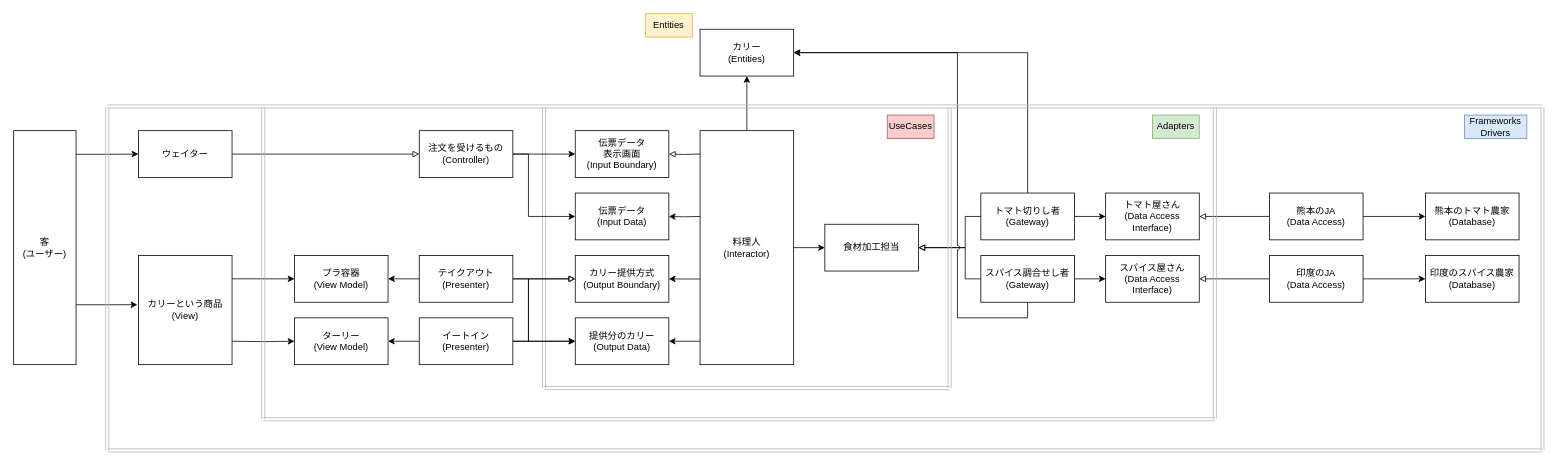
Above: curryarchi.drawio in hasegit/documents (draw.io), before the change. Source tidied: cells renumbered, new cells numbered last; positions are measured from the earlier drawing's top-left corner, leaving out a move shared by most shapes. Both pictures are drawn from the tidied source at 78%, with x=0, y=0 at pixel (13, 13).
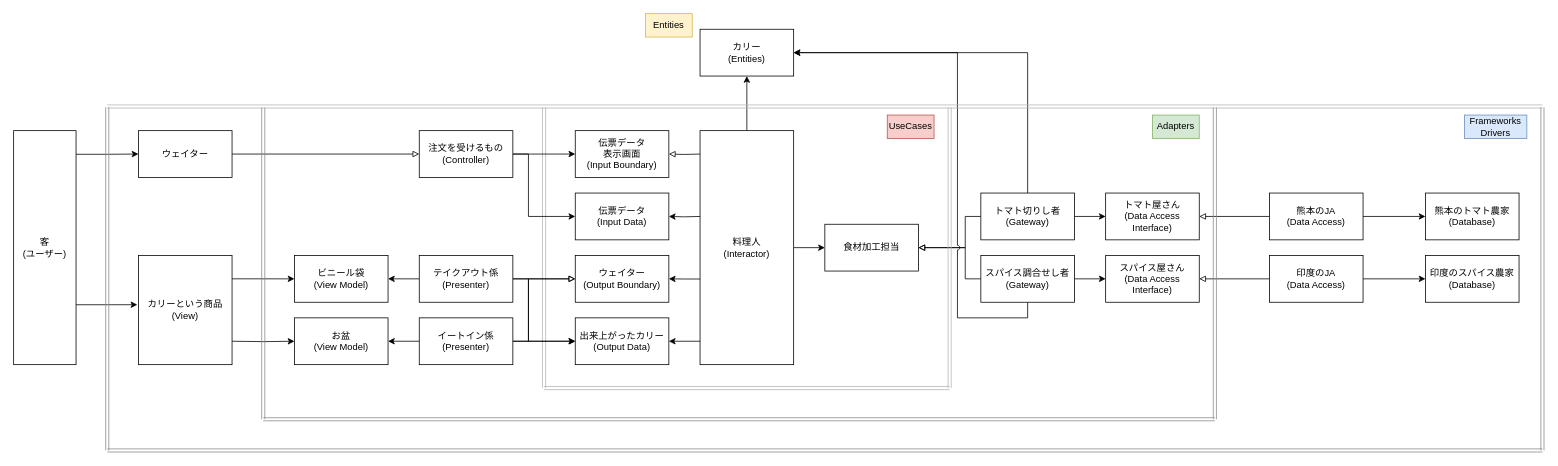
The same diagram, later.

What changed in the source:
```diff
@@
-    <mxCell id="15" value="提供分のカリー&lt;br&gt;(Output Data)" style="rounded=0;whiteSpace=wrap;html=1;" parent="1" vertex="1">
+    <mxCell id="15" value="出来上がったカリー&lt;br&gt;(Output Data)" style="rounded=0;whiteSpace=wrap;html=1;" parent="1" vertex="1">
       <mxGeometry x="720" y="390" width="120" height="60" as="geometry" />
     </mxCell>
-    <mxCell id="16" value="カリー提供方式&lt;br&gt;(Output Boundary)" style="rounded=0;whiteSpace=wrap;html=1;" parent="1" vertex="1">
+    <mxCell id="16" value="ウェイター&lt;br&gt;(Output Boundary)" style="rounded=0;whiteSpace=wrap;html=1;" parent="1" vertex="1">
       <mxGeometry x="720" y="310" width="120" height="60" as="geometry" />
     </mxCell>
@@
-    <mxCell id="24" style="endArrow=none;html=1;rounded=0;shape=link;strokeColor=#B5B5B5;" parent="1" edge="1">
+    <mxCell id="24" style="endArrow=none;html=1;rounded=0;shape=link;strokeColor=#8A8A8A;" parent="1" edge="1">
       <mxGeometry relative="1" as="geometry">
         <mxPoint x="1540" y="520" as="sourcePoint" />
         <mxPoint x="320" y="520" as="targetPoint" />
       </mxGeometry>
     </mxCell>
@@
-    <mxCell id="41" value="テイクアウト&lt;br&gt;(Presenter)" style="rounded=0;whiteSpace=wrap;html=1;" parent="1" vertex="1">
+    <mxCell id="41" value="テイクアウト係&lt;br&gt;(Presenter)" style="rounded=0;whiteSpace=wrap;html=1;" parent="1" vertex="1">
       <mxGeometry x="520" y="310" width="120" height="60" as="geometry" />
     </mxCell>
-    <mxCell id="42" value="プラ容器&lt;br&gt;(View Model)" style="rounded=0;whiteSpace=wrap;html=1;" parent="1" vertex="1">
+    <mxCell id="42" value="ビニール袋&lt;br&gt;(View Model)" style="rounded=0;whiteSpace=wrap;html=1;" parent="1" vertex="1">
       <mxGeometry x="360" y="310" width="120" height="60" as="geometry" />
     </mxCell>
-    <mxCell id="43" style="endArrow=none;html=1;rounded=0;shape=link;strokeColor=#B5B5B5;" parent="1" edge="1">
+    <mxCell id="43" style="endArrow=none;html=1;rounded=0;shape=link;strokeColor=#8A8A8A;" parent="1" edge="1">
       <mxGeometry relative="1" as="geometry">
         <mxPoint x="320" y="120" as="sourcePoint" />
         <mxPoint x="320" y="520" as="targetPoint" />
       </mxGeometry>
     </mxCell>
@@
-    <mxCell id="50" value="イートイン&lt;br&gt;(Presenter)" style="rounded=0;whiteSpace=wrap;html=1;" parent="1" vertex="1">
+    <mxCell id="50" value="イートイン係&lt;br&gt;(Presenter)" style="rounded=0;whiteSpace=wrap;html=1;" parent="1" vertex="1">
       <mxGeometry x="520" y="390" width="120" height="60" as="geometry" />
     </mxCell>
-    <mxCell id="51" value="ターリー&lt;br&gt;(View Model)" style="rounded=0;whiteSpace=wrap;html=1;" parent="1" vertex="1">
+    <mxCell id="51" value="お盆&lt;br&gt;(View Model)" style="rounded=0;whiteSpace=wrap;html=1;" parent="1" vertex="1">
       <mxGeometry x="360" y="390" width="120" height="60" as="geometry" />
     </mxCell>
@@
-    <mxCell id="63" style="endArrow=none;html=1;rounded=0;shape=link;strokeColor=#B5B5B5;" parent="1" edge="1">
+    <mxCell id="63" style="endArrow=none;html=1;rounded=0;shape=link;strokeColor=#8A8A8A;" parent="1" edge="1">
       <mxGeometry relative="1" as="geometry">
         <mxPoint x="1540" y="520" as="sourcePoint" />
         <mxPoint x="1540" y="120" as="targetPoint" />
       </mxGeometry>
     </mxCell>
@@
-    <mxCell id="65" style="endArrow=none;html=1;rounded=0;shape=link;strokeColor=#B5B5B5;" parent="1" edge="1">
+    <mxCell id="65" style="endArrow=none;html=1;rounded=0;shape=link;strokeColor=#8A8A8A;" parent="1" edge="1">
       <mxGeometry relative="1" as="geometry">
         <mxPoint x="120" y="120" as="sourcePoint" />
         <mxPoint x="120" y="560" as="targetPoint" />
       </mxGeometry>
     </mxCell>
-    <mxCell id="66" style="endArrow=none;html=1;rounded=0;shape=link;strokeColor=#B5B5B5;" parent="1" edge="1">
+    <mxCell id="66" style="endArrow=none;html=1;rounded=0;shape=link;strokeColor=#8A8A8A;" parent="1" edge="1">
       <mxGeometry relative="1" as="geometry">
         <mxPoint x="1960" y="560" as="sourcePoint" />
         <mxPoint x="120" y="560" as="targetPoint" />
       </mxGeometry>
     </mxCell>
-    <mxCell id="67" style="endArrow=none;html=1;rounded=0;shape=link;strokeColor=#B5B5B5;" parent="1" edge="1">
+    <mxCell id="67" style="endArrow=none;html=1;rounded=0;shape=link;strokeColor=#8A8A8A;" parent="1" edge="1">
       <mxGeometry relative="1" as="geometry">
         <mxPoint x="1960" y="560" as="sourcePoint" />
         <mxPoint x="1960" y="120" as="targetPoint" />
       </mxGeometry>
     </mxCell>
```
